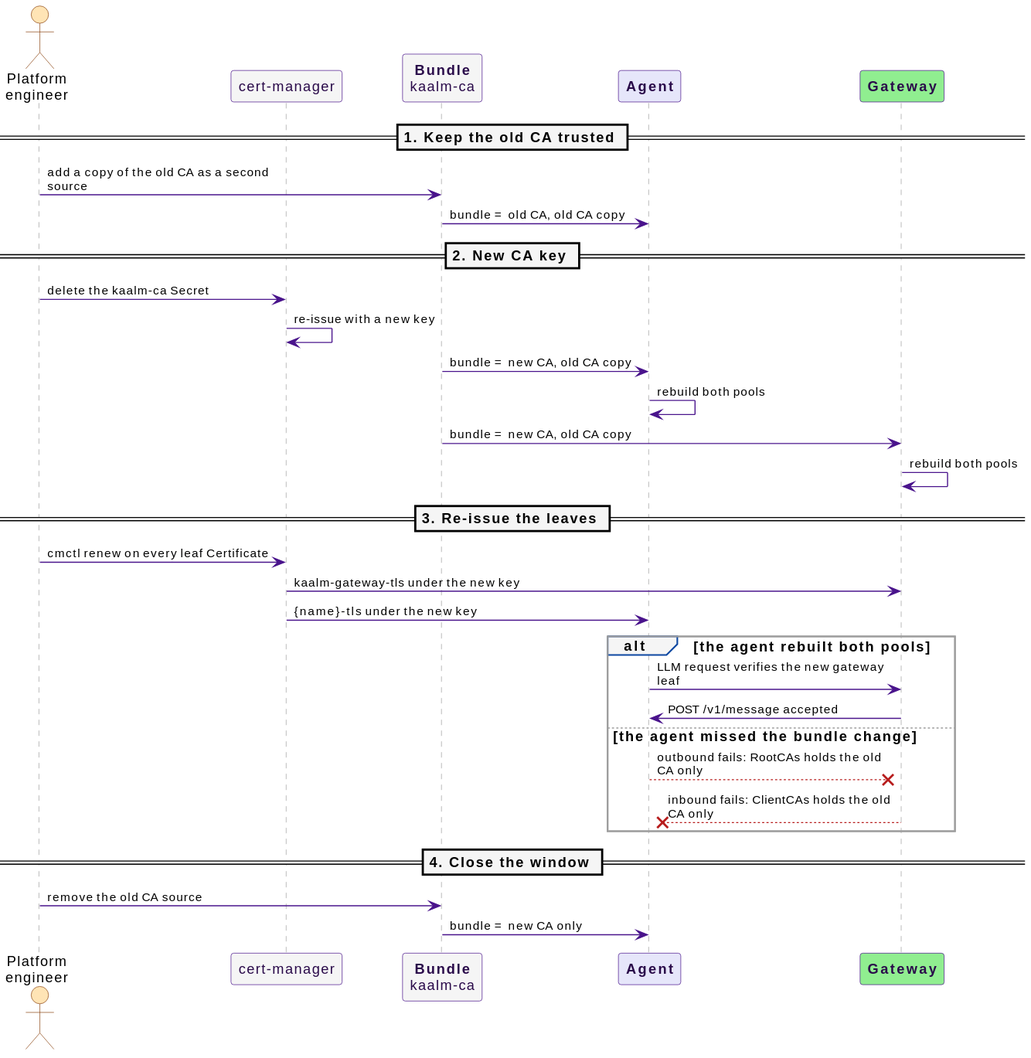
This is docs/src/diagrams/ca-rekey-window.svg from win07xp/kaalm, a PlantUML export, as it was before one commit.
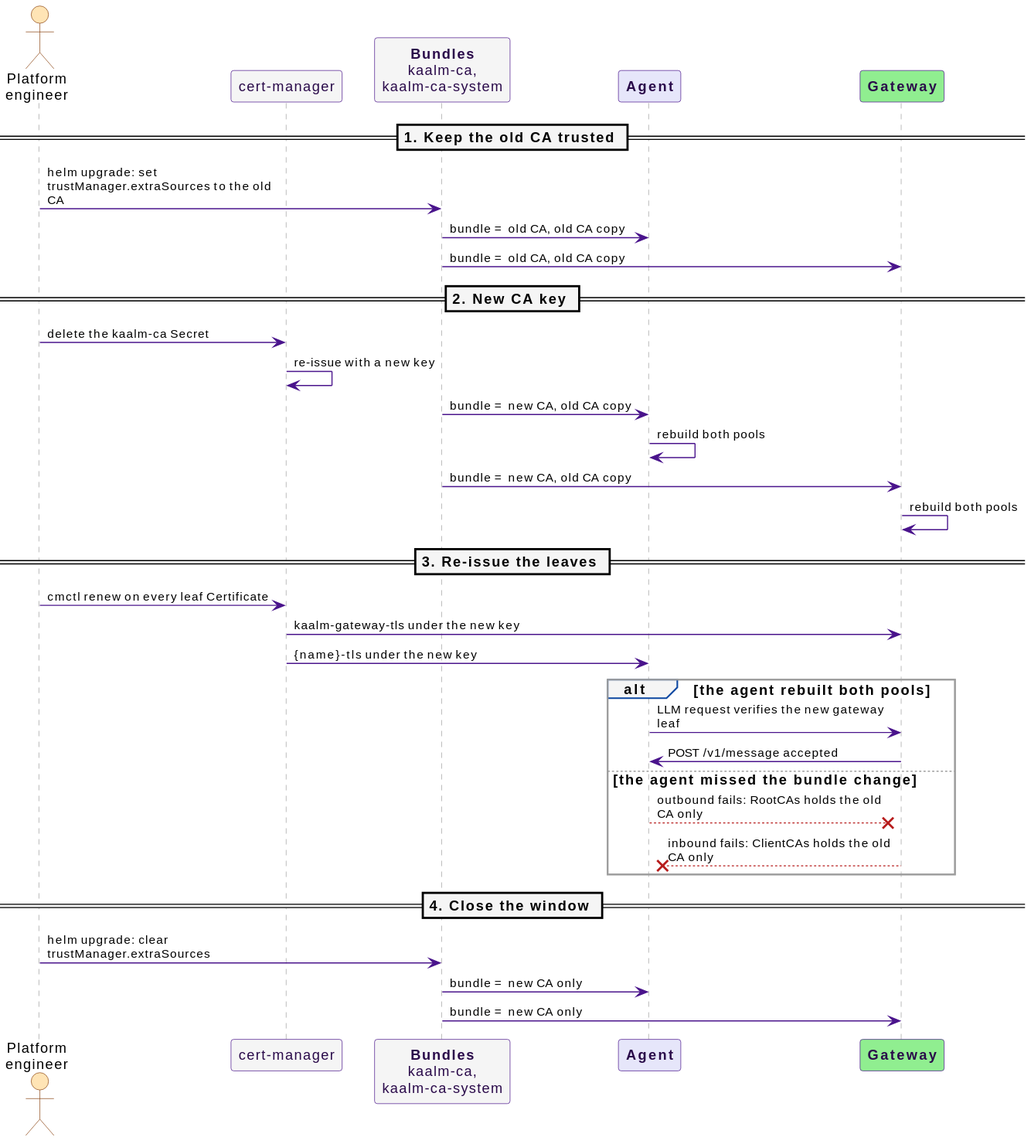
The same diagram one commit later.

The edit, as a diff of the source:
```diff
@@ -3,12 +3,13 @@
 skinparam maxMessageSize 150
 actor "Platform\nengineer" as PE #FFE4B5
 participant "cert-manager" as CM #F5F5F5
-participant "**Bundle**\nkaalm-ca" as TM #F5F5F5
+participant "**Bundles**\nkaalm-ca,\nkaalm-ca-system" as TM #F5F5F5
 participant "**Agent**" as AG #E6E6FA
 participant "**Gateway**" as GW #90EE90
 == 1. Keep the old CA trusted ==
-PE -> TM : add a copy of the old CA as a second source
+PE -> TM : helm upgrade: set trustManager.extraSources to the old CA
 TM -> AG : bundle = old CA, old CA copy
+TM -> GW : bundle = old CA, old CA copy
 == 2. New CA key ==
 PE -> CM : delete the kaalm-ca Secret
 CM -> CM : re-issue with a new key
@@ -28,6 +29,7 @@
   GW -[#B71C1C]->x AG : inbound fails: ClientCAs holds the old CA only
 end
 == 4. Close the window ==
-PE -> TM : remove the old CA source
+PE -> TM : helm upgrade: clear trustManager.extraSources
 TM -> AG : bundle = new CA only
+TM -> GW : bundle = new CA only
 @enduml
```
